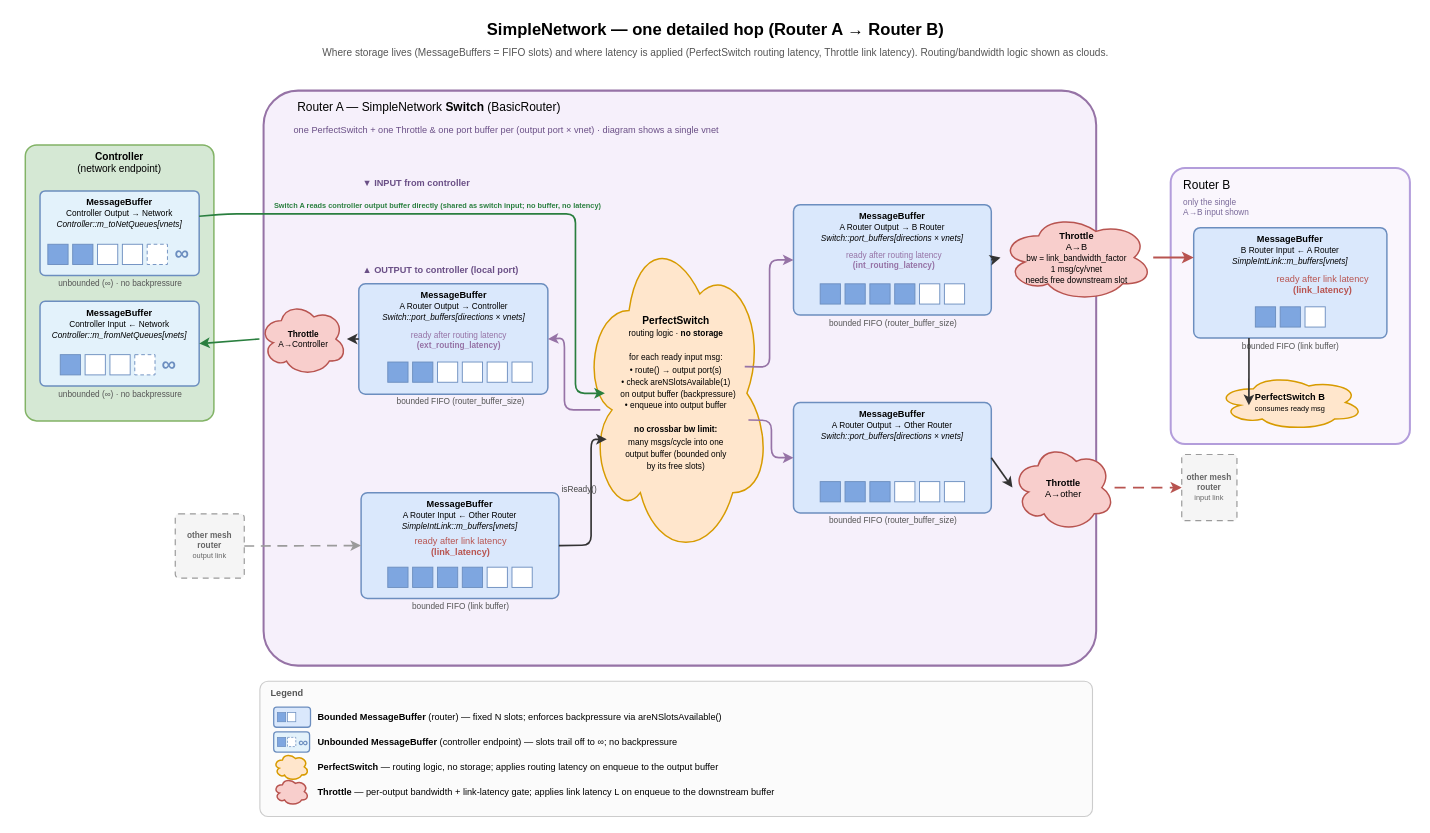
Before: ruby-book/final/chi_testbench_gem5/resources/simple_network_hop.drawio in ripopov/gem5, a draw.io diagram. Source tidied: cells renumbered, new cells numbered last; positions are measured from the earlier drawing's top-left corner, leaving out a move shared by most shapes. Both pictures are drawn from the tidied source at 92%, with x=0, y=0 at pixel (16, 16).
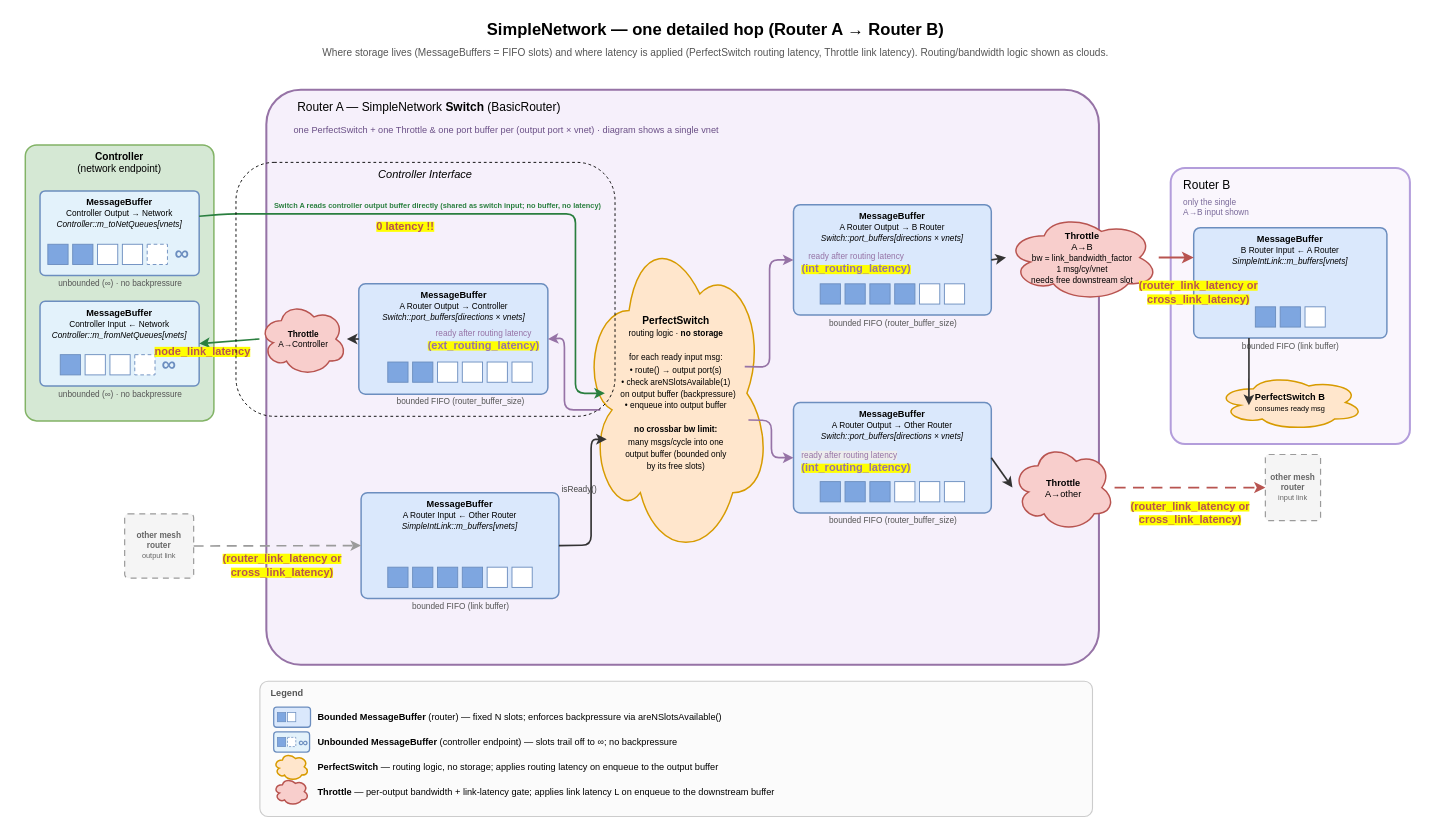
The same page after the edit.

Commit message (it also covers changes not shown here):
ruby-book: Clarify SimpleNetwork link latency

The change refers to these unchanged cells:
```xml
<mxCell id="77" style="endArrow=classic;html=1;strokeWidth=1.8;strokeColor=#9673a6;rounded=1;edgeStyle=orthogonalEdgeStyle;entryX=0;entryY=0.5;entryDx=0;entryDy=0;" parent="1" edge="1" target="34">
  <mxGeometry relative="1" as="geometry">
    <mxPoint x="792" y="381" as="sourcePoint" />
  </mxGeometry>
</mxCell>
<mxCell id="80" style="endArrow=classic;html=1;strokeWidth=2.2;strokeColor=#b85450;rounded=1;exitX=1;exitY=0.5;exitDx=0;exitDy=0;entryX=0;entryY=0.27;entryDx=0;entryDy=0;" parent="1" edge="1" source="42" target="66">
  <mxGeometry relative="1" as="geometry" />
</mxCell>
```

Diff of the diagram source:
```diff
@@
     <mxCell id="20" style="rounded=1;whiteSpace=wrap;html=1;fillColor=#f6f0fb;strokeColor=#9673a6;strokeWidth=2.2;fontSize=11;align=center;verticalAlign=top;fontColor=#000000;arcSize=6;" parent="1" vertex="1">
-      <mxGeometry x="269" y="81" width="905" height="625" as="geometry" />
+      <mxGeometry x="272" y="80" width="905" height="625" as="geometry" />
     </mxCell>
@@
-    <mxCell id="23" value="&lt;b&gt;&amp;#9660; INPUT from controller&lt;/b&gt;" style="text;html=1;align=left;verticalAlign=middle;strokeColor=none;fillColor=none;fontSize=10;fontColor=#6a4f86;" parent="1" vertex="1">
-      <mxGeometry x="375" y="173" width="230" height="16" as="geometry" />
-    </mxCell>
     <mxCell id="24" value="&lt;b&gt;other mesh&lt;br&gt;router&lt;/b&gt;&lt;br&gt;&lt;font style='font-size:8px'&gt;output link&lt;/font&gt;" style="rounded=1;whiteSpace=wrap;html=1;fillColor=#f5f5f5;strokeColor=#9b9b9b;strokeWidth=1.3;fontSize=9;align=center;verticalAlign=middle;fontColor=#666666;arcSize=6;dashed=1;dashPattern=5 4;" parent="1" vertex="1">
-      <mxGeometry x="173" y="541" width="75" height="70" as="geometry" />
+      <mxGeometry x="118" y="541" width="75" height="70" as="geometry" />
     </mxCell>
@@
     <mxCell id="42" value="&lt;b&gt;Throttle&lt;/b&gt;&lt;br&gt;A→B&lt;br&gt;&lt;font style='font-size:9px'&gt;bw = link_bandwidth_factor&lt;br&gt;1 msg/cy/vnet&lt;br&gt;needs free downstream slot&lt;/font&gt;" style="shape=cloud;whiteSpace=wrap;html=1;fillColor=#f8cecc;strokeColor=#b85450;strokeWidth=1.6;fontSize=10;align=center;verticalAlign=middle;" parent="1" vertex="1">
-      <mxGeometry x="1070" y="215" width="166" height="95" as="geometry" />
+      <mxGeometry x="1076" y="215" width="166" height="95" as="geometry" />
     </mxCell>
@@
     <mxCell id="52" value="&lt;b&gt;other mesh&lt;br&gt;router&lt;/b&gt;&lt;br&gt;&lt;font style='font-size:8px'&gt;input link&lt;/font&gt;" style="rounded=1;whiteSpace=wrap;html=1;fillColor=#f5f5f5;strokeColor=#9b9b9b;strokeWidth=1.3;fontSize=9;align=center;verticalAlign=middle;fontColor=#666666;arcSize=6;dashed=1;dashPattern=5 4;" parent="1" vertex="1">
-      <mxGeometry x="1267" y="476.5" width="60" height="72" as="geometry" />
+      <mxGeometry x="1357.9" y="476.5" width="60" height="72" as="geometry" />
     </mxCell>
-    <mxCell id="53" value="&lt;b&gt;&amp;#9650; OUTPUT to controller (local port)&lt;/b&gt;" style="text;html=1;align=left;verticalAlign=middle;strokeColor=none;fillColor=none;fontSize=10;fontColor=#6a4f86;" parent="1" vertex="1">
-      <mxGeometry x="375" y="268" width="250" height="16" as="geometry" />
-    </mxCell>
@@
-    <mxCell id="78" value="ready after routing latency&lt;br&gt;&lt;b&gt;(int_routing_latency)&lt;/b&gt;" style="edgeLabel;html=1;align=center;verticalAlign=middle;fontSize=9;fontColor=#9673a6;labelBackgroundColor=none;" parent="77" vertex="1">
+    <mxCell id="78" value="ready after routing latency&lt;br&gt;&lt;b style=&quot;background-color: rgb(255, 255, 0);&quot;&gt;&lt;font style=&quot;font-size: 12px;&quot;&gt;(int_routing_latency)&lt;/font&gt;&lt;/b&gt;" style="edgeLabel;html=1;align=center;verticalAlign=middle;fontSize=9;fontColor=#9673a6;labelBackgroundColor=none;" parent="77" vertex="1">
       <mxGeometry relative="1" as="geometry">
-        <mxPoint x="134" y="-59" as="offset" />
+        <mxPoint x="93" y="-55" as="offset" />
       </mxGeometry>
     </mxCell>
@@
-    <mxCell id="81" value="ready after link latency&lt;br&gt;&lt;b&gt;(link_latency)&lt;/b&gt;" style="edgeLabel;html=1;align=center;verticalAlign=middle;fontSize=10;fontColor=#b85450;labelBackgroundColor=none;" parent="80" vertex="1">
+    <mxCell id="81" value="&lt;b style=&quot;background-color: rgb(255, 255, 0);&quot;&gt;&lt;font style=&quot;font-size: 12px;&quot;&gt;(router_link_latency or&lt;/font&gt;&lt;/b&gt;&lt;div&gt;&lt;b style=&quot;background-color: rgb(255, 255, 0);&quot;&gt;&lt;font style=&quot;font-size: 12px;&quot;&gt;cross_link_latency)&lt;/font&gt;&lt;/b&gt;&lt;/div&gt;" style="edgeLabel;html=1;align=center;verticalAlign=middle;fontSize=10;fontColor=#b85450;labelBackgroundColor=none;" parent="80" vertex="1">
       <mxGeometry relative="1" as="geometry">
-        <mxPoint x="162" y="28" as="offset" />
+        <mxPoint x="24" y="37" as="offset" />
       </mxGeometry>
     </mxCell>
+    <mxCell id="106" value="&lt;b style=&quot;background-color: rgb(255, 255, 0);&quot;&gt;&lt;font style=&quot;font-size: 12px;&quot;&gt;(router_link_latency or&lt;/font&gt;&lt;/b&gt;&lt;div&gt;&lt;b style=&quot;background-color: rgb(255, 255, 0);&quot;&gt;&lt;font style=&quot;font-size: 12px;&quot;&gt;cross_link_latency)&lt;/font&gt;&lt;/b&gt;&lt;/div&gt;" style="edgeLabel;html=1;align=center;verticalAlign=middle;fontSize=10;fontColor=#b85450;labelBackgroundColor=none;" parent="80" vertex="1">
+      <mxGeometry relative="1" as="geometry">
+        <mxPoint x="15" y="277" as="offset" />
+      </mxGeometry>
+    </mxCell>
@@
-    <mxCell id="104" value="ready after routing latency&lt;br&gt;&lt;b&gt;(ext_routing_latency)&lt;/b&gt;" style="edgeLabel;html=1;align=center;verticalAlign=middle;fontSize=9;fontColor=#9673a6;labelBackgroundColor=none;" parent="1" vertex="1">
-      <mxGeometry x="480" y="351" as="geometry" />
+    <mxCell id="104" value="ready after routing latency&lt;br&gt;&lt;b style=&quot;background-color: rgb(255, 255, 0);&quot;&gt;&lt;font style=&quot;font-size: 12px;&quot;&gt;(ext_routing_latency)&lt;/font&gt;&lt;/b&gt;" style="edgeLabel;html=1;align=center;verticalAlign=middle;fontSize=9;fontColor=#9673a6;labelBackgroundColor=none;" parent="1" vertex="1">
+      <mxGeometry x="507" y="351" as="geometry" />
     </mxCell>
-    <mxCell id="105" value="ready after link latency&lt;br&gt;&lt;b&gt;(link_latency)&lt;/b&gt;" style="edgeLabel;html=1;align=center;verticalAlign=middle;fontSize=10;fontColor=#b85450;labelBackgroundColor=none;" parent="1" vertex="1">
-      <mxGeometry x="482.5" y="575.5" as="geometry" />
+    <mxCell id="105" value="&lt;br&gt;&lt;b style=&quot;background-color: rgb(255, 255, 0);&quot;&gt;&lt;font style=&quot;font-size: 12px;&quot;&gt;(&lt;b style=&quot;font-size: 10px; background-color: rgb(255, 255, 0);&quot;&gt;&lt;font style=&quot;font-size: 12px;&quot;&gt;router_link_latency&lt;/font&gt;&lt;/b&gt;&amp;nbsp;or&lt;/font&gt;&lt;/b&gt;&lt;div&gt;&lt;b style=&quot;background-color: rgb(255, 255, 0);&quot;&gt;&lt;font style=&quot;font-size: 12px;&quot;&gt;cross_link_latency)&lt;/font&gt;&lt;/b&gt;&lt;/div&gt;" style="edgeLabel;html=1;align=center;verticalAlign=middle;fontSize=10;fontColor=#b85450;labelBackgroundColor=none;" parent="1" vertex="1">
+      <mxGeometry x="288.5" y="590" as="geometry" />
     </mxCell>
+    <mxCell id="107" value="&lt;span style=&quot;color: rgb(150, 115, 166); font-family: Helvetica; font-size: 9px; font-style: normal; font-variant-ligatures: normal; font-variant-caps: normal; font-weight: 400; letter-spacing: normal; orphans: 2; text-align: center; text-indent: 0px; text-transform: none; widows: 2; word-spacing: 0px; -webkit-text-stroke-width: 0px; white-space: nowrap; background-color: rgb(236, 236, 236); text-decoration-thickness: initial; text-decoration-style: initial; text-decoration-color: initial; display: inline !important; float: none;&quot;&gt;ready after routing latency&lt;/span&gt;&lt;br style=&quot;forced-color-adjust: none; color: rgb(150, 115, 166); font-family: Helvetica; font-size: 9px; font-style: normal; font-variant-ligatures: normal; font-variant-caps: normal; font-weight: 400; letter-spacing: normal; orphans: 2; text-align: center; text-indent: 0px; text-transform: none; widows: 2; word-spacing: 0px; -webkit-text-stroke-width: 0px; white-space: nowrap; background-color: rgb(236, 236, 236); text-decoration-thickness: initial; text-decoration-style: initial; text-decoration-color: initial;&quot;&gt;&lt;b style=&quot;forced-color-adjust: none; color: rgb(150, 115, 166); font-family: Helvetica; font-size: 9px; font-style: normal; font-variant-ligatures: normal; font-variant-caps: normal; letter-spacing: normal; orphans: 2; text-align: center; text-indent: 0px; text-transform: none; widows: 2; word-spacing: 0px; -webkit-text-stroke-width: 0px; white-space: nowrap; text-decoration-thickness: initial; text-decoration-style: initial; text-decoration-color: initial; background-color: rgb(255, 255, 0);&quot;&gt;&lt;font style=&quot;forced-color-adjust: none; font-size: 12px;&quot;&gt;(int_routing_latency)&lt;/font&gt;&lt;/b&gt;" style="text;whiteSpace=wrap;html=1;" parent="1" vertex="1">
+      <mxGeometry x="852" y="463" width="147" height="51" as="geometry" />
+    </mxCell>
+    <mxCell id="108" value="&lt;b style=&quot;forced-color-adjust: none; color: rgb(184, 84, 80); font-family: Helvetica; font-size: 10px; font-style: normal; font-variant-ligatures: normal; font-variant-caps: normal; letter-spacing: normal; orphans: 2; text-align: center; text-indent: 0px; text-transform: none; widows: 2; word-spacing: 0px; -webkit-text-stroke-width: 0px; white-space: nowrap; text-decoration-thickness: initial; text-decoration-style: initial; text-decoration-color: initial; background-color: rgb(255, 255, 0);&quot;&gt;&lt;font style=&quot;forced-color-adjust: none; font-size: 12px;&quot;&gt;node_link_latency&lt;/font&gt;&lt;/b&gt;" style="text;whiteSpace=wrap;html=1;" parent="1" vertex="1">
+      <mxGeometry x="149" y="351" width="135" height="36" as="geometry" />
+    </mxCell>
+    <mxCell id="109" value="&lt;b style=&quot;forced-color-adjust: none; font-family: Helvetica; font-style: normal; font-variant-ligatures: normal; font-variant-caps: normal; letter-spacing: normal; orphans: 2; text-indent: 0px; text-transform: none; widows: 2; word-spacing: 0px; -webkit-text-stroke-width: 0px; white-space: nowrap; text-decoration-thickness: initial; text-decoration-style: initial; text-decoration-color: initial; color: rgb(184, 84, 80); font-size: 10px; text-align: center; background-color: rgb(255, 255, 0);&quot;&gt;&lt;font style=&quot;forced-color-adjust: none; font-size: 12px;&quot;&gt;0 latency !!&lt;/font&gt;&lt;/b&gt;" style="text;whiteSpace=wrap;html=1;" parent="1" vertex="1">
+      <mxGeometry x="390" y="215" width="132" height="36" as="geometry" />
+    </mxCell>
+    <mxCell id="110" value="&lt;i&gt;Controller Interface&lt;/i&gt;" style="rounded=1;whiteSpace=wrap;html=1;align=center;labelPosition=center;verticalLabelPosition=middle;verticalAlign=top;fillColor=none;dashed=1;" parent="1" vertex="1">
+      <mxGeometry x="239" y="159" width="412" height="276" as="geometry" />
+    </mxCell>
```
